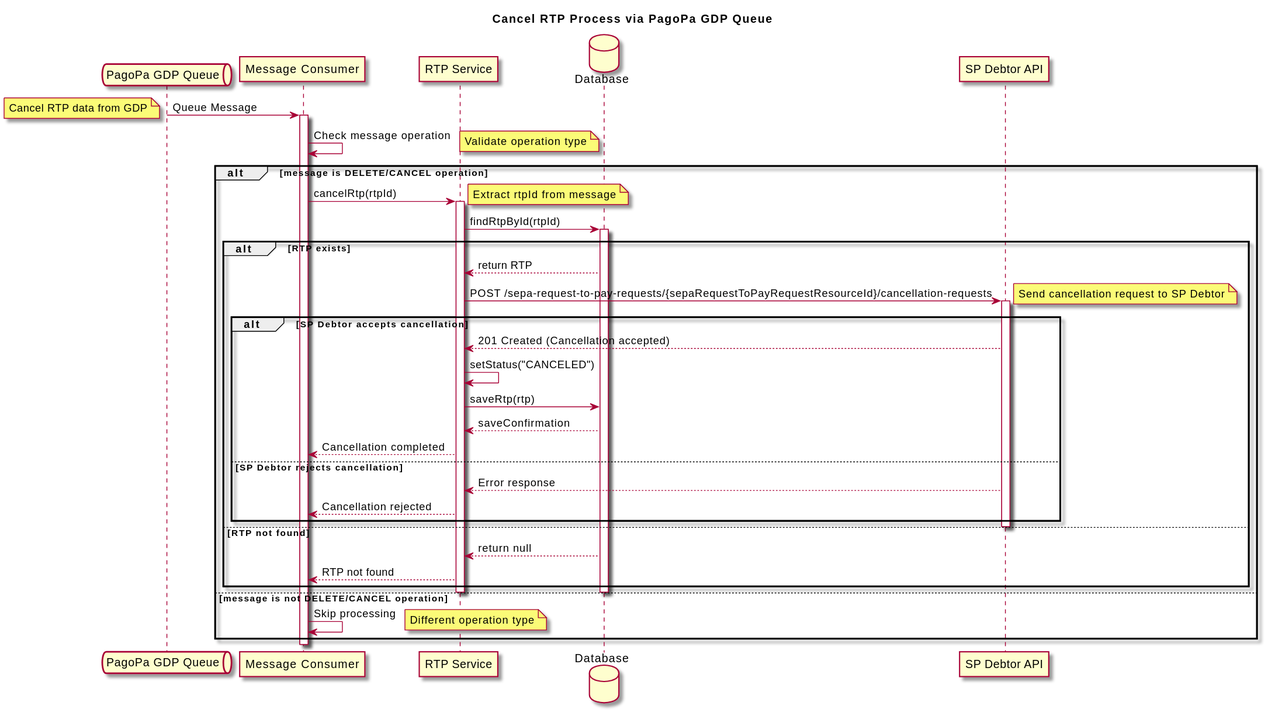
The PlantUML diagram diagrams/delete-queue-schema.svg in pagopa/rtp-docs, before a commit.
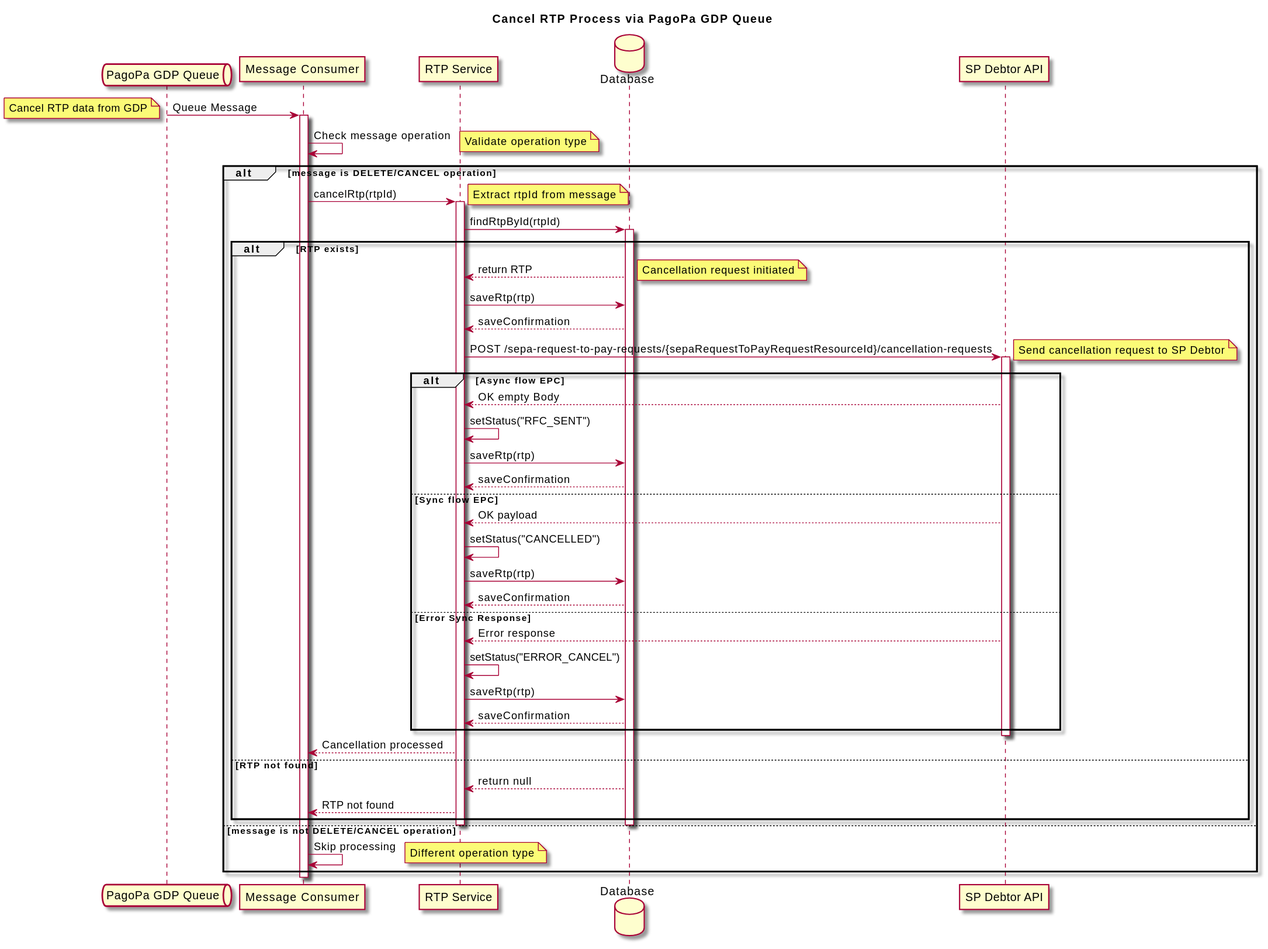
After the change.

Commit message:
feat: [SRTP-1354] Update documentation including new cancellation flow (#37)

Change to the diagram source:
```diff
@@ -21,23 +21,33 @@
 alt RTP exists
     DB --> Service: return RTP
 
+    note right: Cancellation request initiated
+    Service -> DB: saveRtp(rtp)
+    DB --> Service: saveConfirmation
+
     Service -> SPDAPI: POST /sepa-request-to-pay-requests/{sepaRequestToPayRequestResourceId}/cancellation-requests
     note right: Send cancellation request to SP Debtor
     activate SPDAPI
 
-    alt SP Debtor accepts cancellation
-        SPDAPI --> Service: 201 Created (Cancellation accepted)
-
-        Service -> Service: setStatus("CANCELED")
+    alt Async flow EPC
+        SPDAPI --> Service: OK empty Body
+        Service -> Service: setStatus("RFC_SENT")
         Service -> DB: saveRtp(rtp)
         DB --> Service: saveConfirmation
-        Service --> Consumer: Cancellation completed
-    else SP Debtor rejects cancellation
+    else Sync flow EPC
+        SPDAPI --> Service: OK payload
+        Service -> Service: setStatus("CANCELLED")
+        Service -> DB: saveRtp(rtp)
+        DB --> Service: saveConfirmation
+    else Error Sync Response
         SPDAPI --> Service: Error response
-        Service --> Consumer: Cancellation rejected
+        Service -> Service: setStatus("ERROR_CANCEL")
+        Service -> DB: saveRtp(rtp)
+        DB --> Service: saveConfirmation
     end
 
     deactivate SPDAPI
+    Service --> Consumer: Cancellation processed
 
 else RTP not found
     DB --> Service: return null
```
